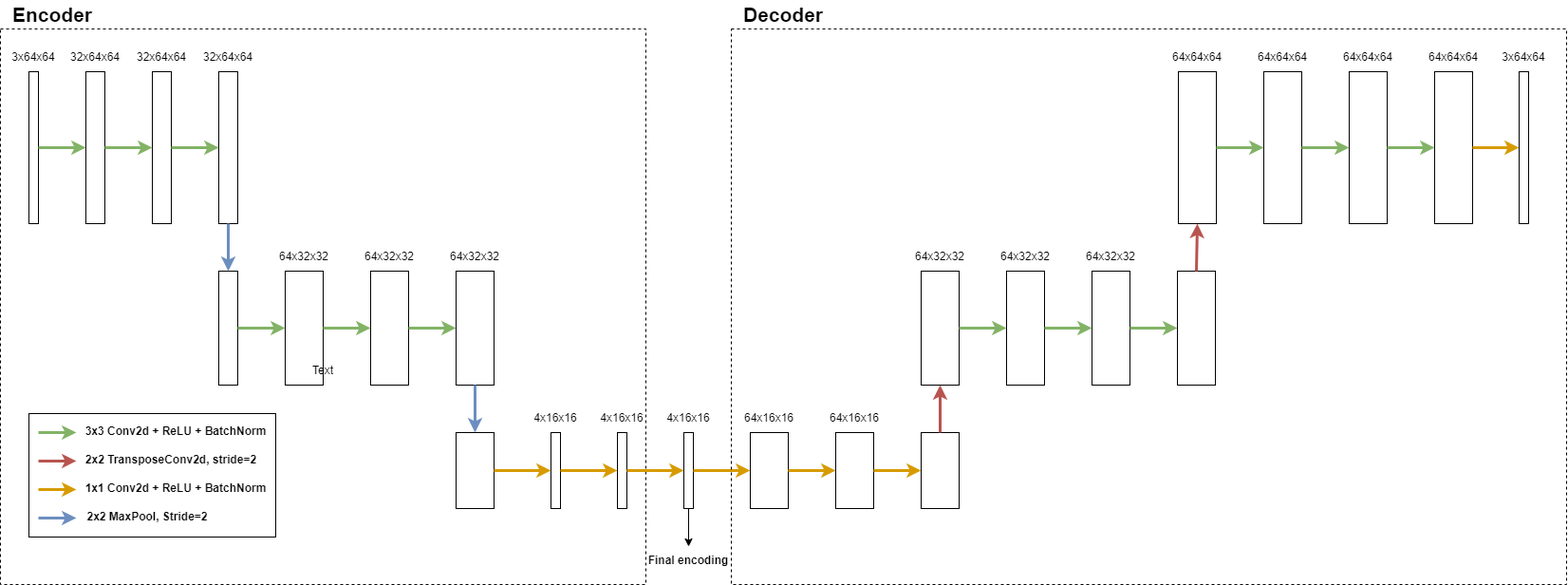
Above: res/assets/readme_images/autoencoder.png in Kamugg/ImaginAItion (draw.io), before the change. Source tidied: cells renumbered, new cells last; positions are measured from the earlier drawing's top-left corner, leaving out a move shared by most shapes. The source it was exported from:
```xml
<mxGraphModel>
  <root>
    <mxCell id="0" />
    <mxCell id="1" parent="0" />
    <mxCell id="2" style="rounded=0;whiteSpace=wrap;html=1;fillColor=none;dashed=1;" parent="1" vertex="1">
      <mxGeometry y="30" width="680" height="585" as="geometry" />
    </mxCell>
    <mxCell id="3" style="rounded=0;whiteSpace=wrap;html=1;" parent="1" vertex="1">
      <mxGeometry x="30" y="435" width="260" height="130" as="geometry" />
    </mxCell>
    <mxCell id="4" style="rounded=0;whiteSpace=wrap;html=1;" parent="1" vertex="1">
      <mxGeometry x="30" y="75" width="10" height="160" as="geometry" />
    </mxCell>
    <mxCell id="5" value="3x64x64" style="text;html=1;align=center;verticalAlign=middle;whiteSpace=wrap;rounded=0;" parent="1" vertex="1">
      <mxGeometry x="5" y="45" width="60" height="30" as="geometry" />
    </mxCell>
    <mxCell id="6" style="rounded=0;whiteSpace=wrap;html=1;" parent="1" vertex="1">
      <mxGeometry x="90" y="75" width="20" height="160" as="geometry" />
    </mxCell>
    <mxCell id="7" style="rounded=0;whiteSpace=wrap;html=1;" parent="1" vertex="1">
      <mxGeometry x="160" y="75" width="20" height="160" as="geometry" />
    </mxCell>
    <mxCell id="8" style="rounded=0;whiteSpace=wrap;html=1;" parent="1" vertex="1">
      <mxGeometry x="230" y="75" width="20" height="160" as="geometry" />
    </mxCell>
    <mxCell id="9" style="endArrow=classic;html=1;rounded=1;exitX=1;exitY=0.5;exitDx=0;exitDy=0;entryX=0;entryY=0.5;entryDx=0;entryDy=0;fillColor=#d5e8d4;strokeColor=#82b366;curved=0;strokeWidth=3;" parent="1" edge="1" source="4" target="6">
      <mxGeometry relative="1" as="geometry" />
    </mxCell>
    <mxCell id="10" value="32x64x64" style="text;html=1;align=center;verticalAlign=middle;whiteSpace=wrap;rounded=0;" parent="1" vertex="1">
      <mxGeometry x="70" y="45" width="60" height="30" as="geometry" />
    </mxCell>
    <mxCell id="11" value="32x64x64" style="text;html=1;align=center;verticalAlign=middle;whiteSpace=wrap;rounded=0;" parent="1" vertex="1">
      <mxGeometry x="140" y="45" width="60" height="30" as="geometry" />
    </mxCell>
    <mxCell id="12" value="32x64x64" style="text;html=1;align=center;verticalAlign=middle;whiteSpace=wrap;rounded=0;" parent="1" vertex="1">
      <mxGeometry x="210" y="45" width="60" height="30" as="geometry" />
    </mxCell>
    <mxCell id="13" style="endArrow=classic;html=1;rounded=1;exitX=1;exitY=0.5;exitDx=0;exitDy=0;entryX=0;entryY=0.5;entryDx=0;entryDy=0;fillColor=#d5e8d4;strokeColor=#82b366;curved=0;strokeWidth=3;" parent="1" edge="1" source="6" target="7">
      <mxGeometry relative="1" as="geometry" />
    </mxCell>
    <mxCell id="14" style="endArrow=classic;html=1;rounded=1;exitX=1;exitY=0.5;exitDx=0;exitDy=0;entryX=0;entryY=0.5;entryDx=0;entryDy=0;fillColor=#d5e8d4;strokeColor=#82b366;curved=0;strokeWidth=3;" parent="1" edge="1" source="7" target="8">
      <mxGeometry relative="1" as="geometry" />
    </mxCell>
    <mxCell id="15" style="rounded=0;whiteSpace=wrap;html=1;" parent="1" vertex="1">
      <mxGeometry x="230" y="285" width="20" height="120" as="geometry" />
    </mxCell>
    <mxCell id="16" style="endArrow=classic;html=1;rounded=1;exitX=0.5;exitY=1;exitDx=0;exitDy=0;fillColor=#dae8fc;strokeColor=#6c8ebf;curved=0;strokeWidth=3;entryX=0.5;entryY=0;entryDx=0;entryDy=0;" parent="1" edge="1" source="8" target="15">
      <mxGeometry relative="1" as="geometry" />
    </mxCell>
    <mxCell id="17" style="rounded=0;whiteSpace=wrap;html=1;" parent="1" vertex="1">
      <mxGeometry x="300" y="285" width="40" height="120" as="geometry" />
    </mxCell>
    <mxCell id="18" style="rounded=0;whiteSpace=wrap;html=1;" parent="1" vertex="1">
      <mxGeometry x="390" y="285" width="40" height="120" as="geometry" />
    </mxCell>
    <mxCell id="19" style="rounded=0;whiteSpace=wrap;html=1;" parent="1" vertex="1">
      <mxGeometry x="480" y="285" width="40" height="120" as="geometry" />
    </mxCell>
    <mxCell id="20" value="64x32x32" style="text;html=1;align=center;verticalAlign=middle;whiteSpace=wrap;rounded=0;" parent="1" vertex="1">
      <mxGeometry x="380" y="255" width="60" height="30" as="geometry" />
    </mxCell>
    <mxCell id="21" value="64x32x32" style="text;html=1;align=center;verticalAlign=middle;whiteSpace=wrap;rounded=0;" parent="1" vertex="1">
      <mxGeometry x="470" y="255" width="60" height="30" as="geometry" />
    </mxCell>
    <mxCell id="22" style="endArrow=classic;html=1;rounded=1;exitX=1;exitY=0.5;exitDx=0;exitDy=0;entryX=0;entryY=0.5;entryDx=0;entryDy=0;fillColor=#d5e8d4;strokeColor=#82b366;curved=0;strokeWidth=3;" parent="1" edge="1" source="17" target="18">
      <mxGeometry relative="1" as="geometry" />
    </mxCell>
    <mxCell id="23" style="endArrow=classic;html=1;rounded=1;exitX=1;exitY=0.5;exitDx=0;exitDy=0;entryX=0;entryY=0.5;entryDx=0;entryDy=0;fillColor=#d5e8d4;strokeColor=#82b366;curved=0;strokeWidth=3;" parent="1" edge="1" source="18" target="19">
      <mxGeometry relative="1" as="geometry" />
    </mxCell>
    <mxCell id="24" style="endArrow=classic;html=1;rounded=1;exitX=1;exitY=0.5;exitDx=0;exitDy=0;entryX=0;entryY=0.5;entryDx=0;entryDy=0;fillColor=#d5e8d4;strokeColor=#82b366;curved=0;strokeWidth=3;" parent="1" edge="1" source="15" target="17">
      <mxGeometry relative="1" as="geometry" />
    </mxCell>
    <mxCell id="25" value="64x32x32" style="text;html=1;align=center;verticalAlign=middle;whiteSpace=wrap;rounded=0;" parent="1" vertex="1">
      <mxGeometry x="290" y="255" width="60" height="30" as="geometry" />
    </mxCell>
    <mxCell id="26" style="endArrow=classic;html=1;rounded=1;exitX=0.5;exitY=1;exitDx=0;exitDy=0;fillColor=#dae8fc;strokeColor=#6c8ebf;curved=0;strokeWidth=3;entryX=0.5;entryY=0;entryDx=0;entryDy=0;" parent="1" edge="1" source="19" target="27">
      <mxGeometry relative="1" as="geometry" />
    </mxCell>
    <mxCell id="27" style="rounded=0;whiteSpace=wrap;html=1;" parent="1" vertex="1">
      <mxGeometry x="480" y="455" width="40" height="80" as="geometry" />
    </mxCell>
    <mxCell id="28" style="rounded=0;whiteSpace=wrap;html=1;" parent="1" vertex="1">
      <mxGeometry x="580" y="455" width="10" height="80" as="geometry" />
    </mxCell>
    <mxCell id="29" style="rounded=0;whiteSpace=wrap;html=1;" parent="1" vertex="1">
      <mxGeometry x="650" y="455" width="10" height="80" as="geometry" />
    </mxCell>
    <mxCell id="30" style="rounded=0;whiteSpace=wrap;html=1;" parent="1" vertex="1">
      <mxGeometry x="720" y="455" width="10" height="80" as="geometry" />
    </mxCell>
    <mxCell id="31" value="4x16x16" style="text;html=1;align=center;verticalAlign=middle;whiteSpace=wrap;rounded=0;" parent="1" vertex="1">
      <mxGeometry x="625" y="425" width="60" height="30" as="geometry" />
    </mxCell>
    <mxCell id="32" value="4x16x16" style="text;html=1;align=center;verticalAlign=middle;whiteSpace=wrap;rounded=0;" parent="1" vertex="1">
      <mxGeometry x="695" y="425" width="60" height="30" as="geometry" />
    </mxCell>
    <mxCell id="33" style="endArrow=classic;html=1;rounded=1;exitX=1;exitY=0.5;exitDx=0;exitDy=0;entryX=0;entryY=0.5;entryDx=0;entryDy=0;fillColor=#ffe6cc;strokeColor=#d79b00;curved=0;strokeWidth=3;" parent="1" edge="1" source="28" target="29">
      <mxGeometry relative="1" as="geometry" />
    </mxCell>
    <mxCell id="34" style="endArrow=classic;html=1;rounded=1;exitX=1;exitY=0.5;exitDx=0;exitDy=0;entryX=0;entryY=0.5;entryDx=0;entryDy=0;fillColor=#ffe6cc;strokeColor=#d79b00;curved=0;strokeWidth=3;" parent="1" edge="1" source="29" target="30">
      <mxGeometry relative="1" as="geometry" />
    </mxCell>
    <mxCell id="35" value="4x16x16" style="text;html=1;align=center;verticalAlign=middle;whiteSpace=wrap;rounded=0;" parent="1" vertex="1">
      <mxGeometry x="555" y="425" width="60" height="30" as="geometry" />
    </mxCell>
    <mxCell id="36" style="endArrow=classic;html=1;rounded=1;exitX=1;exitY=0.5;exitDx=0;exitDy=0;entryX=0;entryY=0.5;entryDx=0;entryDy=0;fillColor=#ffe6cc;strokeColor=#d79b00;curved=0;strokeWidth=3;" parent="1" edge="1" source="27" target="28">
      <mxGeometry relative="1" as="geometry" />
    </mxCell>
    <mxCell id="37" style="endArrow=classic;html=1;rounded=0;exitX=0.5;exitY=1;exitDx=0;exitDy=0;entryX=0.5;entryY=0;entryDx=0;entryDy=0;" parent="1" edge="1" source="30" target="38">
      <mxGeometry relative="1" as="geometry" />
    </mxCell>
    <mxCell id="38" value="Final encoding" style="text;html=1;align=center;verticalAlign=middle;whiteSpace=wrap;rounded=0;fontStyle=1;" parent="1" vertex="1">
      <mxGeometry x="675" y="575" width="100" height="30" as="geometry" />
    </mxCell>
    <mxCell id="39" style="rounded=0;whiteSpace=wrap;html=1;" parent="1" vertex="1">
      <mxGeometry x="790" y="455" width="40" height="80" as="geometry" />
    </mxCell>
    <mxCell id="40" style="rounded=0;whiteSpace=wrap;html=1;" parent="1" vertex="1">
      <mxGeometry x="880" y="455" width="40" height="80" as="geometry" />
    </mxCell>
    <mxCell id="41" style="rounded=0;whiteSpace=wrap;html=1;" parent="1" vertex="1">
      <mxGeometry x="970" y="455" width="40" height="80" as="geometry" />
    </mxCell>
    <mxCell id="42" style="endArrow=classic;html=1;rounded=1;exitX=1;exitY=0.5;exitDx=0;exitDy=0;entryX=0;entryY=0.5;entryDx=0;entryDy=0;fillColor=#ffe6cc;strokeColor=#d79b00;curved=0;strokeWidth=3;" parent="1" edge="1" source="39" target="40">
      <mxGeometry relative="1" as="geometry" />
    </mxCell>
    <mxCell id="43" style="endArrow=classic;html=1;rounded=1;exitX=1;exitY=0.5;exitDx=0;exitDy=0;entryX=0;entryY=0.5;entryDx=0;entryDy=0;fillColor=#ffe6cc;strokeColor=#d79b00;curved=0;strokeWidth=3;" parent="1" edge="1" source="40" target="41">
      <mxGeometry relative="1" as="geometry" />
    </mxCell>
    <mxCell id="44" style="endArrow=classic;html=1;rounded=1;exitX=1;exitY=0.5;exitDx=0;exitDy=0;entryX=0;entryY=0.5;entryDx=0;entryDy=0;fillColor=#ffe6cc;strokeColor=#d79b00;curved=0;strokeWidth=3;" parent="1" edge="1" target="39">
      <mxGeometry relative="1" as="geometry">
        <mxPoint x="730" y="495" as="sourcePoint" />
      </mxGeometry>
    </mxCell>
    <mxCell id="45" value="64x16x16" style="text;html=1;align=center;verticalAlign=middle;whiteSpace=wrap;rounded=0;" parent="1" vertex="1">
      <mxGeometry x="780" y="425" width="60" height="30" as="geometry" />
    </mxCell>
    <mxCell id="46" value="64x16x16" style="text;html=1;align=center;verticalAlign=middle;whiteSpace=wrap;rounded=0;" parent="1" vertex="1">
      <mxGeometry x="870" y="425" width="60" height="30" as="geometry" />
    </mxCell>
    <mxCell id="47" style="endArrow=classic;html=1;rounded=1;exitX=0.5;exitY=0;exitDx=0;exitDy=0;fillColor=#f8cecc;strokeColor=#b85450;curved=0;strokeWidth=3;" parent="1" edge="1" source="41">
      <mxGeometry relative="1" as="geometry">
        <mxPoint x="990" y="405" as="targetPoint" />
      </mxGeometry>
    </mxCell>
    <mxCell id="48" style="rounded=0;whiteSpace=wrap;html=1;" parent="1" vertex="1">
      <mxGeometry x="970" y="285" width="40" height="120" as="geometry" />
    </mxCell>
    <mxCell id="49" style="rounded=0;whiteSpace=wrap;html=1;" parent="1" vertex="1">
      <mxGeometry x="1060" y="285" width="40" height="120" as="geometry" />
    </mxCell>
    <mxCell id="50" style="rounded=0;whiteSpace=wrap;html=1;" parent="1" vertex="1">
      <mxGeometry x="1150" y="285" width="40" height="120" as="geometry" />
    </mxCell>
    <mxCell id="51" style="endArrow=classic;html=1;rounded=1;exitX=1;exitY=0.5;exitDx=0;exitDy=0;entryX=0;entryY=0.5;entryDx=0;entryDy=0;fillColor=#d5e8d4;strokeColor=#82b366;curved=0;strokeWidth=3;" parent="1" edge="1" source="48" target="49">
      <mxGeometry relative="1" as="geometry" />
    </mxCell>
    <mxCell id="52" style="endArrow=classic;html=1;rounded=1;exitX=1;exitY=0.5;exitDx=0;exitDy=0;entryX=0;entryY=0.5;entryDx=0;entryDy=0;fillColor=#d5e8d4;strokeColor=#82b366;curved=0;strokeWidth=3;" parent="1" edge="1" source="49" target="50">
      <mxGeometry relative="1" as="geometry" />
    </mxCell>
    <mxCell id="53" value="64x32x32" style="text;html=1;align=center;verticalAlign=middle;whiteSpace=wrap;rounded=0;" parent="1" vertex="1">
      <mxGeometry x="960" y="255" width="60" height="30" as="geometry" />
    </mxCell>
    <mxCell id="54" value="64x32x32" style="text;html=1;align=center;verticalAlign=middle;whiteSpace=wrap;rounded=0;" parent="1" vertex="1">
      <mxGeometry x="1050" y="255" width="60" height="30" as="geometry" />
    </mxCell>
    <mxCell id="55" style="rounded=0;whiteSpace=wrap;html=1;" parent="1" vertex="1">
      <mxGeometry x="1240" y="285" width="40" height="120" as="geometry" />
    </mxCell>
    <mxCell id="56" style="endArrow=classic;html=1;rounded=1;entryX=0;entryY=0.5;entryDx=0;entryDy=0;fillColor=#d5e8d4;strokeColor=#82b366;curved=0;strokeWidth=3;exitX=1;exitY=0.5;exitDx=0;exitDy=0;" parent="1" edge="1" source="50" target="55">
      <mxGeometry relative="1" as="geometry" />
    </mxCell>
    <mxCell id="57" value="64x32x32" style="text;html=1;align=center;verticalAlign=middle;whiteSpace=wrap;rounded=0;" parent="1" vertex="1">
      <mxGeometry x="1140" y="255" width="60" height="30" as="geometry" />
    </mxCell>
    <mxCell id="58" style="endArrow=classic;html=1;rounded=1;exitX=0.5;exitY=0;exitDx=0;exitDy=0;fillColor=#f8cecc;strokeColor=#b85450;curved=0;strokeWidth=3;entryX=0.5;entryY=1;entryDx=0;entryDy=0;" parent="1" edge="1" source="55" target="59">
      <mxGeometry relative="1" as="geometry" />
    </mxCell>
    <mxCell id="59" style="rounded=0;whiteSpace=wrap;html=1;" parent="1" vertex="1">
      <mxGeometry x="1241" y="75" width="40" height="160" as="geometry" />
    </mxCell>
    <mxCell id="60" style="rounded=0;whiteSpace=wrap;html=1;" parent="1" vertex="1">
      <mxGeometry x="1331" y="75" width="40" height="160" as="geometry" />
    </mxCell>
    <mxCell id="61" style="rounded=0;whiteSpace=wrap;html=1;" parent="1" vertex="1">
      <mxGeometry x="1421" y="75" width="40" height="160" as="geometry" />
    </mxCell>
    <mxCell id="62" style="endArrow=classic;html=1;rounded=1;exitX=1;exitY=0.5;exitDx=0;exitDy=0;entryX=0;entryY=0.5;entryDx=0;entryDy=0;fillColor=#d5e8d4;strokeColor=#82b366;curved=0;strokeWidth=3;" parent="1" edge="1" source="59" target="60">
      <mxGeometry relative="1" as="geometry" />
    </mxCell>
    <mxCell id="63" style="endArrow=classic;html=1;rounded=1;exitX=1;exitY=0.5;exitDx=0;exitDy=0;entryX=0;entryY=0.5;entryDx=0;entryDy=0;fillColor=#d5e8d4;strokeColor=#82b366;curved=0;strokeWidth=3;" parent="1" edge="1" source="60" target="61">
      <mxGeometry relative="1" as="geometry" />
    </mxCell>
    <mxCell id="64" value="64x64x64" style="text;html=1;align=center;verticalAlign=middle;whiteSpace=wrap;rounded=0;" parent="1" vertex="1">
      <mxGeometry x="1231" y="45" width="60" height="30" as="geometry" />
    </mxCell>
    <mxCell id="65" value="64x64x64" style="text;html=1;align=center;verticalAlign=middle;whiteSpace=wrap;rounded=0;" parent="1" vertex="1">
      <mxGeometry x="1321" y="45" width="60" height="30" as="geometry" />
    </mxCell>
    <mxCell id="66" value="64x64x64" style="text;html=1;align=center;verticalAlign=middle;whiteSpace=wrap;rounded=0;" parent="1" vertex="1">
      <mxGeometry x="1411" y="45" width="60" height="30" as="geometry" />
    </mxCell>
    <mxCell id="67" style="rounded=0;whiteSpace=wrap;html=1;" parent="1" vertex="1">
      <mxGeometry x="1511" y="75" width="40" height="160" as="geometry" />
    </mxCell>
    <mxCell id="68" style="endArrow=classic;html=1;rounded=1;entryX=0;entryY=0.5;entryDx=0;entryDy=0;fillColor=#d5e8d4;strokeColor=#82b366;curved=0;strokeWidth=3;exitX=1;exitY=0.5;exitDx=0;exitDy=0;" parent="1" edge="1" source="61" target="67">
      <mxGeometry relative="1" as="geometry" />
    </mxCell>
    <mxCell id="69" value="64x64x64" style="text;html=1;align=center;verticalAlign=middle;whiteSpace=wrap;rounded=0;" parent="1" vertex="1">
      <mxGeometry x="1501" y="45" width="60" height="30" as="geometry" />
    </mxCell>
    <mxCell id="70" style="endArrow=classic;html=1;rounded=1;exitX=1;exitY=0.5;exitDx=0;exitDy=0;fillColor=#ffe6cc;strokeColor=#d79b00;curved=0;strokeWidth=3;entryX=0;entryY=0.5;entryDx=0;entryDy=0;" parent="1" edge="1" source="67" target="71">
      <mxGeometry relative="1" as="geometry" />
    </mxCell>
    <mxCell id="71" style="rounded=0;whiteSpace=wrap;html=1;" parent="1" vertex="1">
      <mxGeometry x="1600" y="75" width="10" height="160" as="geometry" />
    </mxCell>
    <mxCell id="72" value="3x64x64" style="text;html=1;align=center;verticalAlign=middle;whiteSpace=wrap;rounded=0;" parent="1" vertex="1">
      <mxGeometry x="1575" y="45" width="60" height="30" as="geometry" />
    </mxCell>
    <mxCell id="73" style="endArrow=classic;html=1;rounded=1;exitX=1;exitY=0.5;exitDx=0;exitDy=0;fillColor=#d5e8d4;strokeColor=#82b366;curved=0;strokeWidth=3;" parent="1" edge="1">
      <mxGeometry relative="1" as="geometry">
        <mxPoint x="40" y="455" as="sourcePoint" />
        <mxPoint x="80" y="455" as="targetPoint" />
      </mxGeometry>
    </mxCell>
    <mxCell id="74" style="endArrow=classic;html=1;rounded=1;fillColor=#ffe6cc;strokeColor=#d79b00;curved=0;strokeWidth=3;" parent="1" edge="1">
      <mxGeometry relative="1" as="geometry">
        <mxPoint x="40" y="515" as="sourcePoint" />
        <mxPoint x="80" y="515" as="targetPoint" />
      </mxGeometry>
    </mxCell>
    <mxCell id="75" style="endArrow=classic;html=1;rounded=1;fillColor=#dae8fc;strokeColor=#6c8ebf;curved=0;strokeWidth=3;" parent="1" edge="1">
      <mxGeometry relative="1" as="geometry">
        <mxPoint x="40" y="545" as="sourcePoint" />
        <mxPoint x="80" y="545" as="targetPoint" />
      </mxGeometry>
    </mxCell>
    <mxCell id="76" style="endArrow=classic;html=1;rounded=1;fillColor=#f8cecc;strokeColor=#b85450;curved=0;strokeWidth=3;" parent="1" edge="1">
      <mxGeometry relative="1" as="geometry">
        <mxPoint x="40" y="485" as="sourcePoint" />
        <mxPoint x="80" y="485" as="targetPoint" />
      </mxGeometry>
    </mxCell>
    <mxCell id="77" value="3x3 Conv2d + ReLU + BatchNorm" style="text;html=1;align=center;verticalAlign=middle;whiteSpace=wrap;rounded=0;fontStyle=1;imageHeight=24;spacingTop=8;" parent="1" vertex="1">
      <mxGeometry x="80" y="435" width="210" height="30" as="geometry" />
    </mxCell>
    <mxCell id="78" value="1x1&lt;span style=&quot;background-color: initial;&quot;&gt;&amp;nbsp;Conv2d + ReLU + BatchNorm&lt;/span&gt;" style="text;html=1;align=center;verticalAlign=middle;whiteSpace=wrap;rounded=0;fontStyle=1;spacingTop=8;" parent="1" vertex="1">
      <mxGeometry x="80" y="495" width="210" height="30" as="geometry" />
    </mxCell>
    <mxCell id="79" value="2x2 MaxPool, Stride=2" style="text;html=1;align=center;verticalAlign=middle;whiteSpace=wrap;rounded=0;fontStyle=1;spacingTop=8;" parent="1" vertex="1">
      <mxGeometry x="50" y="525" width="210" height="30" as="geometry" />
    </mxCell>
    <mxCell id="80" value="2x2 TransposeConv2d, stride=2" style="text;html=1;align=center;verticalAlign=middle;whiteSpace=wrap;rounded=0;fontStyle=1;spacingTop=8;" parent="1" vertex="1">
      <mxGeometry x="80" y="465" width="200" height="30" as="geometry" />
    </mxCell>
    <mxCell id="81" style="rounded=0;whiteSpace=wrap;html=1;fillColor=none;dashed=1;" parent="1" vertex="1">
      <mxGeometry x="770" y="30" width="880" height="585" as="geometry" />
    </mxCell>
    <mxCell id="82" value="Text" style="text;html=1;align=center;verticalAlign=middle;whiteSpace=wrap;rounded=0;" parent="1" vertex="1">
      <mxGeometry x="310" y="375" width="60" height="30" as="geometry" />
    </mxCell>
    <mxCell id="83" value="Encoder" style="text;html=1;align=center;verticalAlign=middle;whiteSpace=wrap;rounded=0;fontSize=21;fontStyle=1;" parent="1" vertex="1">
      <mxGeometry width="110" height="30" as="geometry" />
    </mxCell>
    <mxCell id="84" value="Decoder" style="text;html=1;align=center;verticalAlign=middle;whiteSpace=wrap;rounded=0;fontSize=21;fontStyle=1;" parent="1" vertex="1">
      <mxGeometry x="770" width="110" height="30" as="geometry" />
    </mxCell>
  </root>
</mxGraphModel>
```
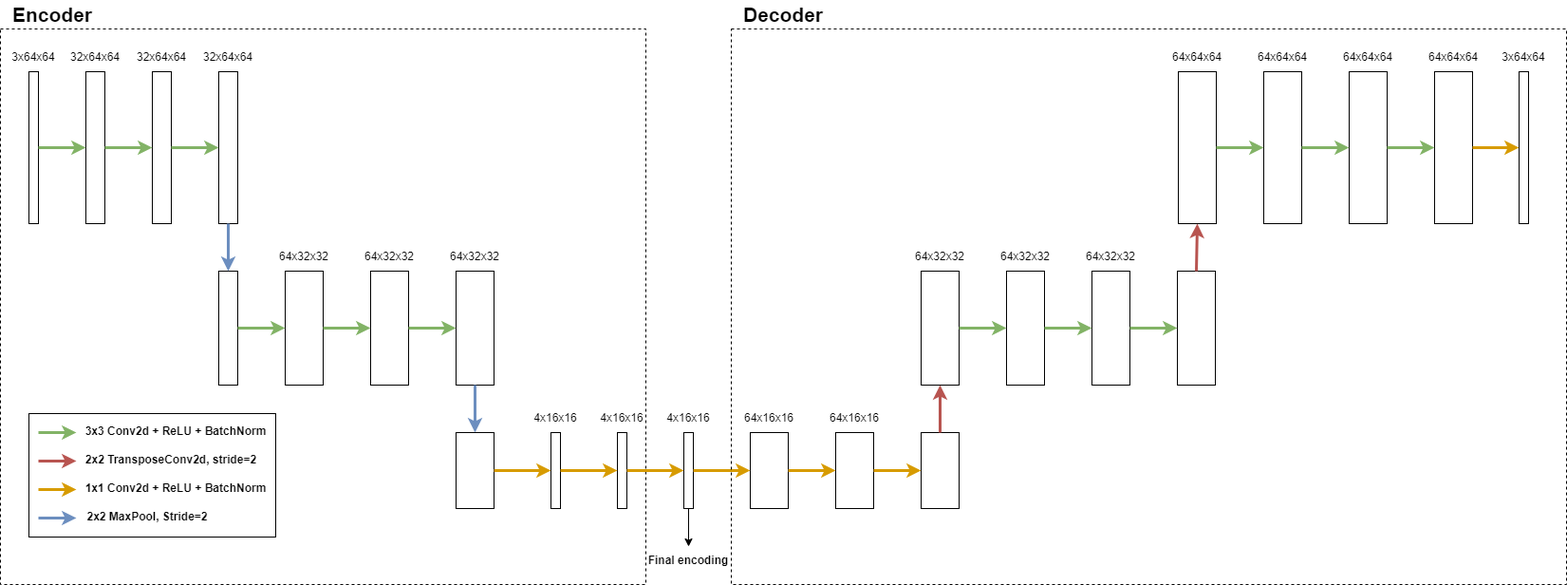
The same diagram one commit later.

The edit, as a diff of the source:
```diff
@@ -258,9 +258,6 @@
     <mxCell id="81" style="rounded=0;whiteSpace=wrap;html=1;fillColor=none;dashed=1;" parent="1" vertex="1">
       <mxGeometry x="770" y="30" width="880" height="585" as="geometry" />
     </mxCell>
-    <mxCell id="82" value="Text" style="text;html=1;align=center;verticalAlign=middle;whiteSpace=wrap;rounded=0;" parent="1" vertex="1">
-      <mxGeometry x="310" y="375" width="60" height="30" as="geometry" />
-    </mxCell>
     <mxCell id="83" value="Encoder" style="text;html=1;align=center;verticalAlign=middle;whiteSpace=wrap;rounded=0;fontSize=21;fontStyle=1;" parent="1" vertex="1">
       <mxGeometry width="110" height="30" as="geometry" />
     </mxCell>
```
